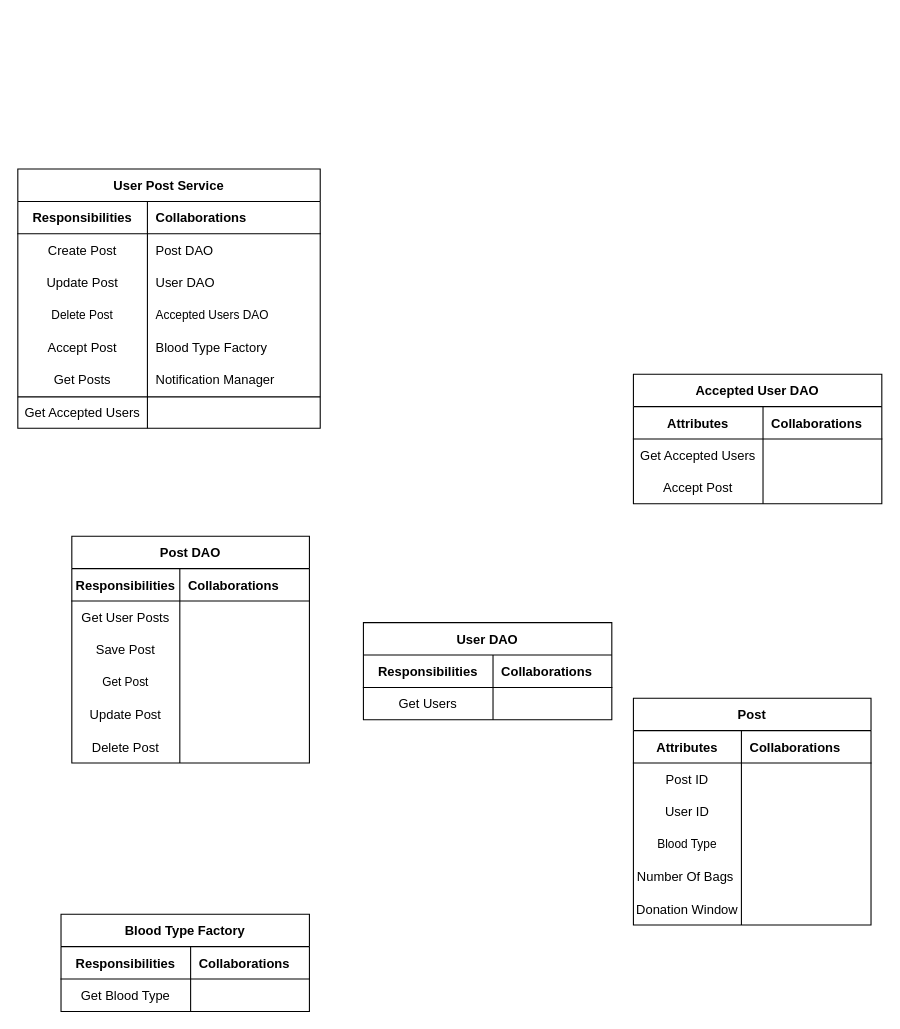
The draw.io diagram page "CRC" (4 of 4) of userRequests.drawio in muhmagdy/Bloodify, before the edit. Source tidied: cells renumbered, new cells numbered last; positions are measured from the earlier drawing's top-left corner, leaving out a move shared by most shapes. Both pictures are drawn from the tidied source at 108%, with x=0, y=0 at pixel (17, 168).
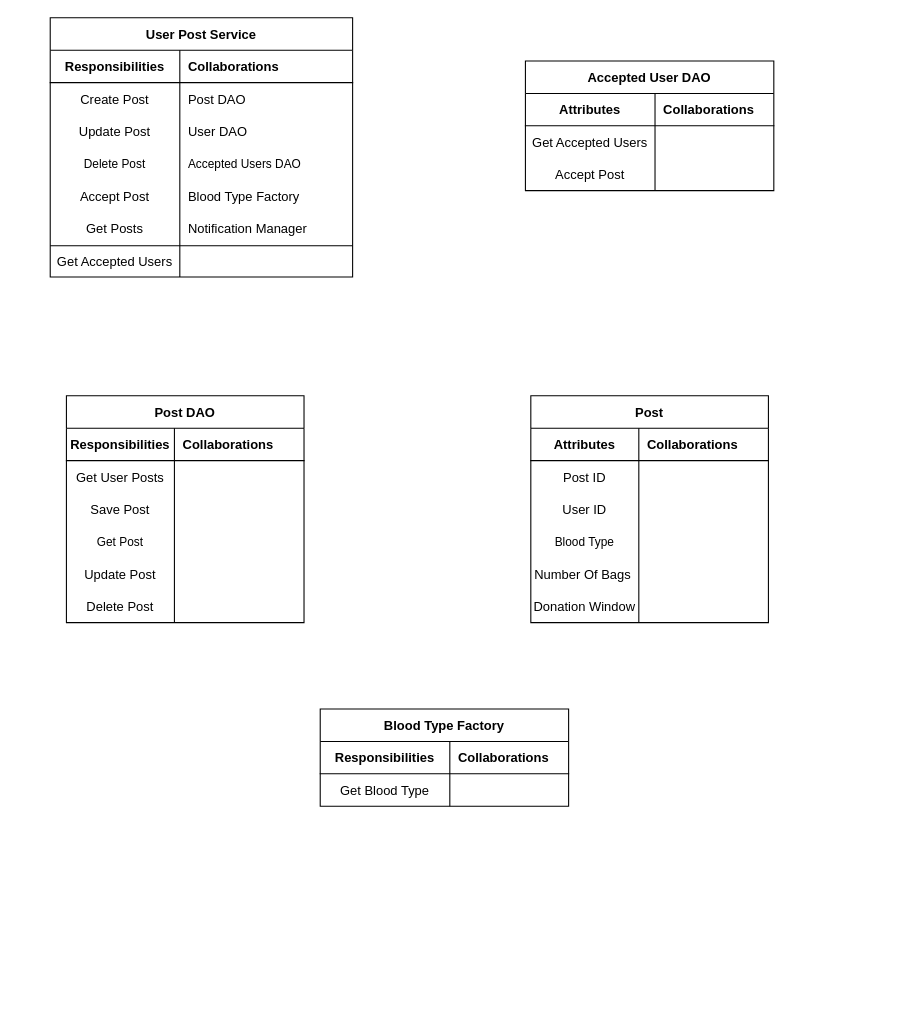
The same diagram, later.

The edit, as a diff of the source:
```diff
@@
-    <mxCell id="2" value="User DAO" style="shape=table;startSize=30;childLayout=tableLayout;rowLines=0;fontStyle=1;align=center;" parent="1" vertex="1">
-      <mxGeometry x="320" y="420" width="230" height="90" as="geometry" />
-    </mxCell>
-    <mxCell id="3" style="shape=tableRow;horizontal=0;startSize=0;swimlaneHead=0;swimlaneBody=0;fillColor=none;top=0;left=0;right=0;bottom=1;" parent="2" vertex="1">
-      <mxGeometry y="30" width="230" height="30" as="geometry" />
-    </mxCell>
-    <mxCell id="4" value="Responsibilities" style="shape=partialRectangle;fillColor=none;top=0;left=0;bottom=0;right=0;fontStyle=1;overflow=hidden;" parent="3" vertex="1">
-      <mxGeometry width="120" height="30" as="geometry" />
-    </mxCell>
-    <mxCell id="5" value="Collaborations" style="shape=partialRectangle;fillColor=none;top=0;left=0;bottom=0;right=0;align=left;spacingLeft=6;fontStyle=1;overflow=hidden;" parent="3" vertex="1">
-      <mxGeometry x="120" width="110" height="30" as="geometry" />
-    </mxCell>
-    <mxCell id="6" style="shape=tableRow;horizontal=0;startSize=0;swimlaneHead=0;swimlaneBody=0;fillColor=none;top=0;left=0;right=0;bottom=0;" parent="2" vertex="1">
-      <mxGeometry y="60" width="230" height="30" as="geometry" />
-    </mxCell>
-    <mxCell id="7" value="Get Users" style="shape=partialRectangle;fillColor=none;top=0;left=0;bottom=0;right=0;overflow=hidden;" parent="6" vertex="1">
-      <mxGeometry width="120" height="30" as="geometry" />
-    </mxCell>
-    <mxCell id="8" style="shape=partialRectangle;fillColor=none;top=0;left=0;bottom=0;right=0;align=left;spacingLeft=6;overflow=hidden;" parent="6" vertex="1">
-      <mxGeometry x="120" width="110" height="30" as="geometry" />
-    </mxCell>
     <mxCell id="9" value="Post DAO" style="shape=table;startSize=30;childLayout=tableLayout;rowLines=0;fontStyle=1;align=center;" parent="1" vertex="1">
-      <mxGeometry x="50" y="340" width="220" height="210" as="geometry" />
+      <mxGeometry x="45" y="210" width="220" height="210" as="geometry" />
     </mxCell>
@@
     <mxCell id="28" value="User Post Service" style="shape=table;startSize=30;childLayout=tableLayout;rowLines=0;fontStyle=1;align=center;" parent="1" vertex="1">
-      <mxGeometry width="280" height="240" as="geometry" />
+      <mxGeometry x="30" y="-140" width="280" height="240" as="geometry" />
     </mxCell>
@@
     <mxCell id="50" value="Accepted User DAO" style="shape=table;startSize=30;childLayout=tableLayout;rowLines=0;fontStyle=1;align=center;" parent="1" vertex="1">
-      <mxGeometry x="570" y="190" width="230" height="120" as="geometry" />
+      <mxGeometry x="470" y="-100" width="230" height="120" as="geometry" />
     </mxCell>
@@
     <mxCell id="60" style="line;strokeWidth=1;dashed=0;labelPosition=right;align=left;verticalAlign=middle;spacingTop=0;spacingLeft=6;" parent="1" vertex="1">
-      <mxGeometry y="206" width="280" height="10" as="geometry" />
+      <mxGeometry x="30" y="66" width="280" height="10" as="geometry" />
     </mxCell>
     <mxCell id="61" value="Post" style="shape=table;startSize=30;childLayout=tableLayout;rowLines=0;fontStyle=1;align=center;" parent="1" vertex="1">
-      <mxGeometry x="570" y="490" width="220" height="210" as="geometry" />
+      <mxGeometry x="475" y="210" width="220" height="210" as="geometry" />
     </mxCell>
@@
     <mxCell id="80" value="Blood Type Factory" style="shape=table;startSize=30;childLayout=tableLayout;rowLines=0;fontStyle=1;align=center;" parent="1" vertex="1">
-      <mxGeometry x="40" y="690" width="230" height="90" as="geometry" />
+      <mxGeometry x="280" y="500" width="230" height="90" as="geometry" />
     </mxCell>
```
